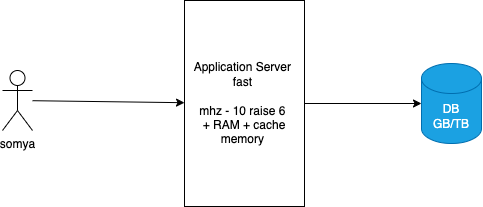
Earlier version of the draw.io export images/day3.drawio.png (adithnaveen/sapient-asde-mar-2024). Source tidied: cells renumbered, new cells last; positions are measured from the earlier drawing's top-left corner, leaving out a move shared by most shapes.
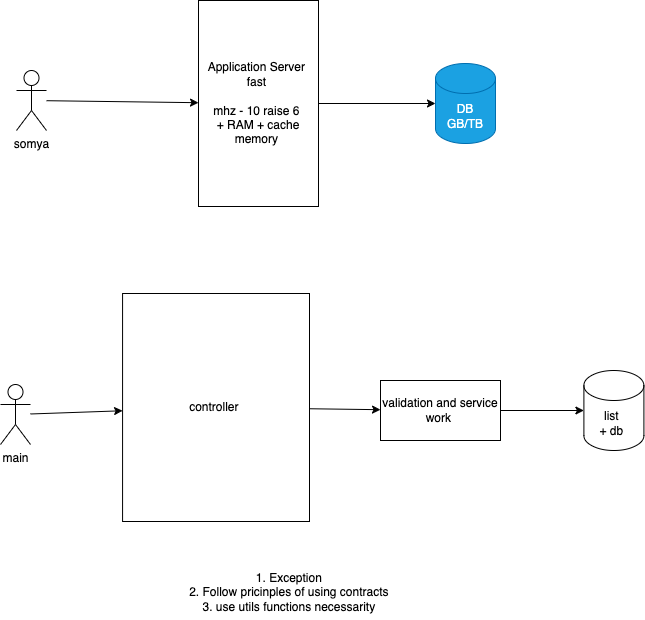
The same diagram one commit later.

The edit, as a diff of the source:
```diff
@@ -17,5 +17,29 @@
     <mxCell id="6" value="DB&lt;br&gt;GB/TB" style="shape=cylinder3;whiteSpace=wrap;html=1;boundedLbl=1;backgroundOutline=1;size=15;fillColor=#1ba1e2;fontColor=#ffffff;strokeColor=#006EAF;" parent="1" vertex="1">
       <mxGeometry x="419" y="63" width="60" height="80" as="geometry" />
     </mxCell>
+    <mxCell id="7" style="edgeStyle=none;html=1;" parent="1" edge="1" source="8" target="10">
+      <mxGeometry relative="1" as="geometry" />
+    </mxCell>
+    <mxCell id="8" value="main" style="shape=umlActor;verticalLabelPosition=bottom;verticalAlign=top;html=1;outlineConnect=0;" parent="1" vertex="1">
+      <mxGeometry x="-16" y="384" width="30" height="60" as="geometry" />
+    </mxCell>
+    <mxCell id="9" style="edgeStyle=none;html=1;" parent="1" edge="1" source="10" target="12">
+      <mxGeometry relative="1" as="geometry" />
+    </mxCell>
+    <mxCell id="10" value="controller&amp;nbsp;" style="rounded=0;whiteSpace=wrap;html=1;" parent="1" vertex="1">
+      <mxGeometry x="106.1" y="293" width="186.9" height="228" as="geometry" />
+    </mxCell>
+    <mxCell id="11" style="edgeStyle=none;html=1;" parent="1" edge="1" source="12" target="13">
+      <mxGeometry relative="1" as="geometry" />
+    </mxCell>
+    <mxCell id="12" value="validation and service work&amp;nbsp;&lt;br&gt;" style="rounded=0;whiteSpace=wrap;html=1;" parent="1" vertex="1">
+      <mxGeometry x="364" y="380" width="120" height="60" as="geometry" />
+    </mxCell>
+    <mxCell id="13" value="list&amp;nbsp;&lt;br&gt;+ db&amp;nbsp;" style="shape=cylinder3;whiteSpace=wrap;html=1;boundedLbl=1;backgroundOutline=1;size=15;" parent="1" vertex="1">
+      <mxGeometry x="567.4" y="370" width="60" height="80" as="geometry" />
+    </mxCell>
+    <mxCell id="14" value="1. Exception&amp;nbsp;&lt;br&gt;2. Follow pricinples of using contracts&amp;nbsp;&lt;br&gt;3. use utils functions necessarity&amp;nbsp;" style="text;html=1;align=center;verticalAlign=middle;strokeColor=none;fillColor=none;" parent="1" vertex="1">
+      <mxGeometry x="163" y="564" width="221" height="55" as="geometry" />
+    </mxCell>
   </root>
 </mxGraphModel>
```
